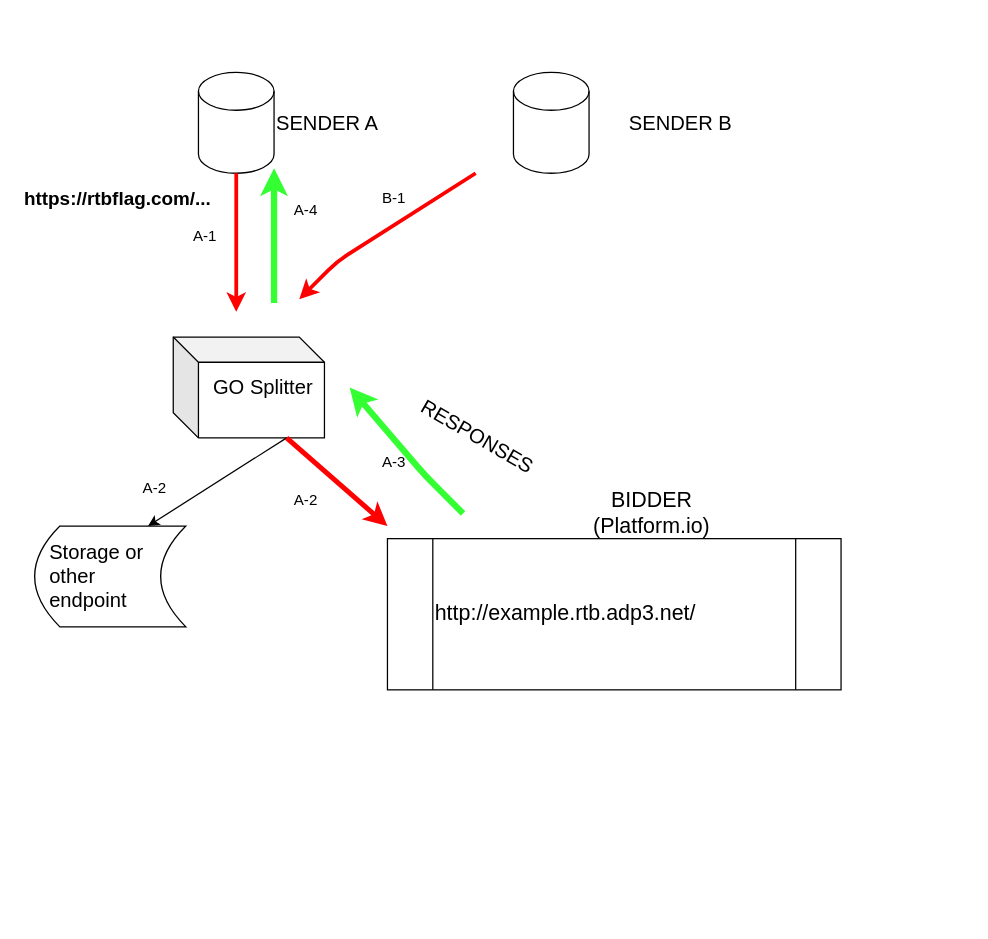
This is Untitled Diagram.drawio from jenbrannstrom/rtb-listener, a draw.io file, before an edit. Source tidied: cells renumbered, new cells numbered last; positions are measured from the earlier drawing's top-left corner, leaving out a move shared by most shapes. Both pictures are drawn from the tidied source at 126%, with x=0, y=0 at pixel (21, 72).
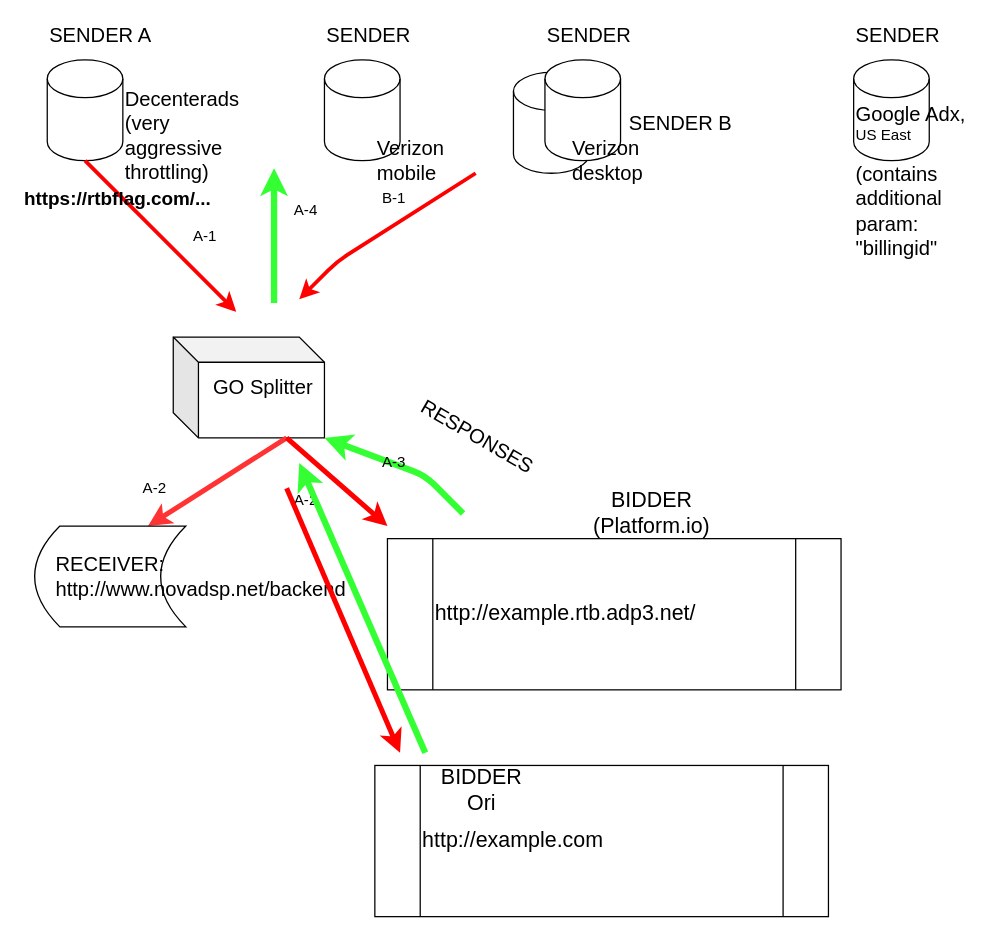
The same page after the edit.

Unchanged cells that the change refers to:
```xml
<mxCell id="5" style="shape=cube;whiteSpace=wrap;html=1;boundedLbl=1;backgroundOutline=1;darkOpacity=0.05;darkOpacity2=0.1;align=left;" parent="1" vertex="1">
  <mxGeometry x="120" y="210" width="120" height="80" as="geometry" />
</mxCell>
```

The edit, as a diff of the source:
```diff
@@
     <mxCell id="2" style="shape=cylinder3;whiteSpace=wrap;html=1;boundedLbl=1;backgroundOutline=1;size=15;" parent="1" vertex="1">
-      <mxGeometry x="140" width="60" height="80" as="geometry" />
+      <mxGeometry x="20" y="-10" width="60" height="80" as="geometry" />
     </mxCell>
     <mxCell id="3" value="&lt;span style=&quot;font-size: 16px&quot;&gt;SENDER A&lt;/span&gt;" style="text;html=1;strokeColor=none;fillColor=none;align=left;verticalAlign=middle;whiteSpace=wrap;rounded=0;" parent="1" vertex="1">
-      <mxGeometry x="200" y="30" width="90" height="20" as="geometry" />
+      <mxGeometry x="20" y="-40" width="90" height="20" as="geometry" />
     </mxCell>
@@
-    <mxCell id="7" style="endArrow=classic;html=1;" parent="1" edge="1">
+    <mxCell id="7" style="endArrow=classic;html=1;strokeColor=#FF3333;strokeWidth=4;" parent="1" edge="1">
       <mxGeometry relative="1" as="geometry">
         <mxPoint x="210" y="290" as="sourcePoint" />
         <mxPoint x="100" y="360" as="targetPoint" />
       </mxGeometry>
     </mxCell>
@@
-    <mxCell id="13" style="endArrow=classic;html=1;fontSize=22;strokeWidth=5;strokeColor=#33FF33;" parent="1" edge="1">
+    <mxCell id="13" style="endArrow=classic;html=1;fontSize=22;strokeWidth=5;strokeColor=#33FF33;entryX=1;entryY=1;entryDx=0;entryDy=0;entryPerimeter=0;" parent="1" edge="1" target="5">
       <mxGeometry relative="1" as="geometry">
         <mxPoint x="350" y="350" as="sourcePoint" />
-        <mxPoint x="260" y="250" as="targetPoint" />
         <Array as="points">
           <mxPoint x="320" y="320" />
         </Array>
       </mxGeometry>
     </mxCell>
@@
-    <mxCell id="15" style="endArrow=classic;html=1;fontSize=22;strokeWidth=5;strokeColor=#33FF33;" parent="1" edge="1">
+    <mxCell id="15" style="endArrow=classic;html=1;fontSize=22;strokeWidth=5;exitX=0.5;exitY=0;exitDx=0;exitDy=0;strokeColor=#33FF33;" parent="1" edge="1">
       <mxGeometry relative="1" as="geometry">
         <mxPoint x="200" y="183" as="sourcePoint" />
         <mxPoint x="200" y="76" as="targetPoint" />
       </mxGeometry>
     </mxCell>
-    <mxCell id="16" value="&lt;span style=&quot;font-size: 16px&quot;&gt;Storage or other endpoint&lt;/span&gt;" style="text;html=1;strokeColor=none;fillColor=none;align=left;verticalAlign=middle;whiteSpace=wrap;rounded=0;" parent="1" vertex="1">
-      <mxGeometry x="20" y="390" width="90" height="20" as="geometry" />
+    <mxCell id="16" value="&lt;span style=&quot;font-size: 16px&quot;&gt;RECEIVER:&lt;/span&gt;&lt;br&gt;&lt;span style=&quot;font-size: 16px&quot;&gt;http://www.novadsp.net/backend&lt;/span&gt;" style="text;html=1;strokeColor=none;fillColor=none;align=left;verticalAlign=middle;whiteSpace=wrap;rounded=0;" parent="1" vertex="1">
+      <mxGeometry x="25" y="390" width="90" height="20" as="geometry" />
     </mxCell>
+    <mxCell id="26" style="shape=cylinder3;whiteSpace=wrap;html=1;boundedLbl=1;backgroundOutline=1;size=15;" parent="1" vertex="1">
+      <mxGeometry x="240" y="-10" width="60" height="80" as="geometry" />
+    </mxCell>
@@
+    <mxCell id="27" value="&lt;span style=&quot;font-size: 16px&quot;&gt;SENDER&lt;/span&gt;" style="text;html=1;strokeColor=none;fillColor=none;align=left;verticalAlign=middle;whiteSpace=wrap;rounded=0;" parent="1" vertex="1">
+      <mxGeometry x="240" y="-40" width="90" height="20" as="geometry" />
+    </mxCell>
@@
+    <mxCell id="28" style="shape=cylinder3;whiteSpace=wrap;html=1;boundedLbl=1;backgroundOutline=1;size=15;" parent="1" vertex="1">
+      <mxGeometry x="415" y="-10" width="60" height="80" as="geometry" />
+    </mxCell>
@@
+    <mxCell id="29" value="&lt;span style=&quot;font-size: 16px&quot;&gt;SENDER&lt;/span&gt;" style="text;html=1;strokeColor=none;fillColor=none;align=left;verticalAlign=middle;whiteSpace=wrap;rounded=0;" parent="1" vertex="1">
+      <mxGeometry x="415" y="-40" width="90" height="20" as="geometry" />
+    </mxCell>
@@
+    <mxCell id="30" value="&lt;span style=&quot;font-size: 16px&quot;&gt;Verizon mobile&lt;/span&gt;" style="text;html=1;strokeColor=none;fillColor=none;align=left;verticalAlign=middle;whiteSpace=wrap;rounded=0;" parent="1" vertex="1">
+      <mxGeometry x="280" y="60" width="90" height="20" as="geometry" />
+    </mxCell>
@@
+    <mxCell id="31" value="&lt;span style=&quot;font-size: 16px&quot;&gt;Verizon desktop&lt;/span&gt;" style="text;html=1;strokeColor=none;fillColor=none;align=left;verticalAlign=middle;whiteSpace=wrap;rounded=0;" parent="1" vertex="1">
+      <mxGeometry x="435" y="60" width="90" height="20" as="geometry" />
+    </mxCell>
@@
+    <mxCell id="32" value="&lt;span style=&quot;font-size: 16px&quot;&gt;Decenterads&lt;br&gt;(very aggressive throttling)&lt;br&gt;&lt;/span&gt;" style="text;html=1;strokeColor=none;fillColor=none;align=left;verticalAlign=middle;whiteSpace=wrap;rounded=0;" parent="1" vertex="1">
+      <mxGeometry x="80" y="40" width="90" height="20" as="geometry" />
+    </mxCell>
@@
+    <mxCell id="33" value="http://example.com" style="shape=process;whiteSpace=wrap;html=1;backgroundOutline=1;align=left;fontSize=17;" parent="1" vertex="1">
+      <mxGeometry x="280" y="550" width="360" height="120" as="geometry" />
+    </mxCell>
@@
+    <mxCell id="34" value="BIDDER&lt;br&gt;Ori" style="text;html=1;strokeColor=none;fillColor=none;align=center;verticalAlign=middle;whiteSpace=wrap;rounded=0;fontSize=17;" parent="1" vertex="1">
+      <mxGeometry x="345" y="560" width="40" height="20" as="geometry" />
+    </mxCell>
@@
+    <mxCell id="35" style="shape=cylinder3;whiteSpace=wrap;html=1;boundedLbl=1;backgroundOutline=1;size=15;" parent="1" vertex="1">
+      <mxGeometry x="660" y="-10" width="60" height="80" as="geometry" />
+    </mxCell>
+    <mxCell id="36" value="&lt;span style=&quot;font-size: 16px&quot;&gt;SENDER&lt;/span&gt;" style="text;html=1;strokeColor=none;fillColor=none;align=left;verticalAlign=middle;whiteSpace=wrap;rounded=0;" parent="1" vertex="1">
+      <mxGeometry x="660" y="-40" width="90" height="20" as="geometry" />
+    </mxCell>
+    <mxCell id="37" value="&lt;span style=&quot;font-size: 16px&quot;&gt;Google Adx,&lt;br&gt;&lt;/span&gt;US East" style="text;html=1;strokeColor=none;fillColor=none;align=left;verticalAlign=middle;whiteSpace=wrap;rounded=0;" parent="1" vertex="1">
+      <mxGeometry x="660" y="20" width="90" height="40" as="geometry" />
+    </mxCell>
+    <mxCell id="38" value="&lt;span style=&quot;font-size: 16px&quot;&gt;(contains additional param: &quot;billingid&quot;&lt;/span&gt;" style="text;html=1;strokeColor=none;fillColor=none;align=left;verticalAlign=middle;whiteSpace=wrap;rounded=0;" parent="1" vertex="1">
+      <mxGeometry x="660" y="100" width="90" height="20" as="geometry" />
+    </mxCell>
+    <mxCell id="39" style="endArrow=classic;html=1;strokeWidth=4;strokeColor=#FF0000;" parent="1" edge="1">
+      <mxGeometry relative="1" as="geometry">
+        <mxPoint x="210" y="330" as="sourcePoint" />
+        <mxPoint x="300" y="540" as="targetPoint" />
+      </mxGeometry>
+    </mxCell>
+    <mxCell id="40" style="endArrow=classic;html=1;fontSize=22;strokeWidth=5;strokeColor=#33FF33;" parent="1" edge="1">
+      <mxGeometry relative="1" as="geometry">
+        <mxPoint x="320" y="540" as="sourcePoint" />
+        <mxPoint x="220" y="310" as="targetPoint" />
+      </mxGeometry>
+    </mxCell>
```
